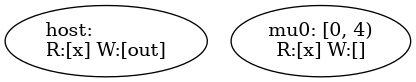
Earlier version of the Graphviz export out/range_carry_pre.png (Servyi-Agent/pypto-symir). Its source is kept beside it as out/range_carry_pre.dot.
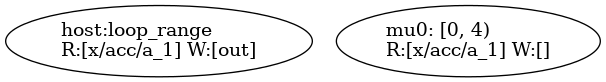
After the change.

Change to the diagram source:
```diff
@@ -1,4 +1,4 @@
 digraph {
-    0 [ label = "host:\lR:[x] W:[out]" ]
-    1 [ label = "mu0: [0, 4)\lR:[x] W:[]" ]
+    0 [ label = "host:loop_range\lR:[x/acc/a_1] W:[out]" ]
+    1 [ label = "mu0: [0, 4)\lR:[x/acc/a_1] W:[]" ]
 }
```
